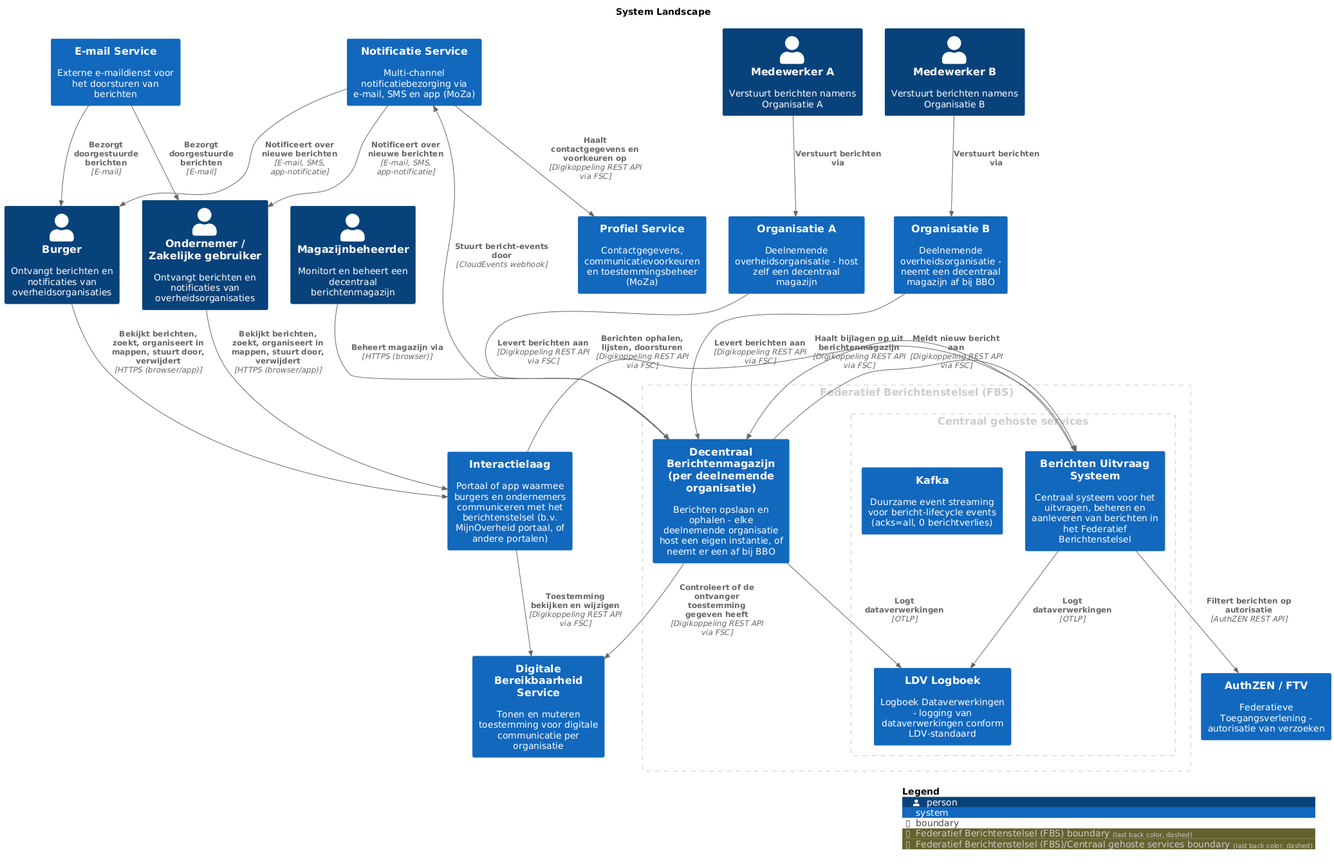
The PlantUML diagram pr-preview/pr-16/master/png/SystemLandscape.png in MinBZK/moza-poc-fbs-berichtenbox, before a commit.
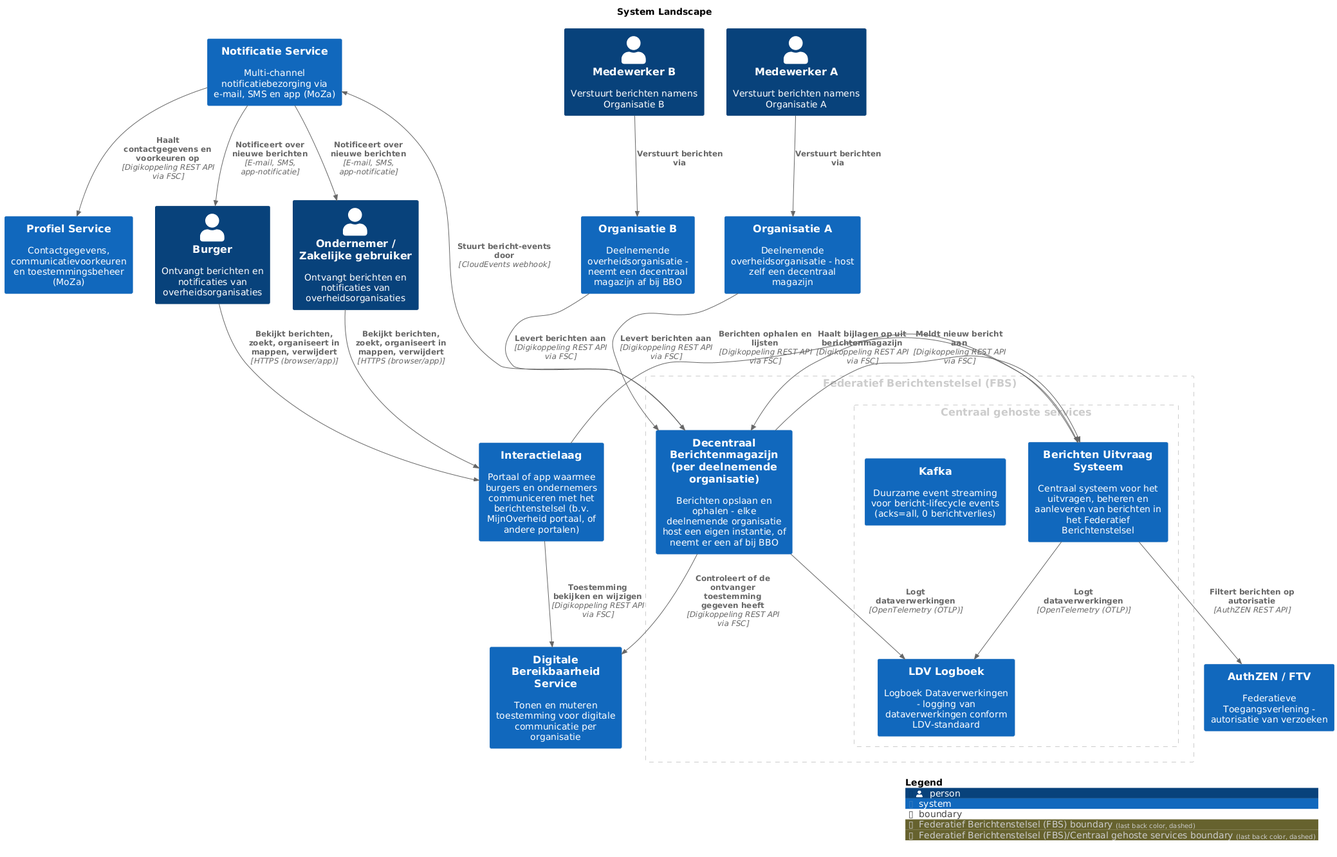
The same diagram one commit later.

What changed in the source:
```diff
@@ -20,40 +20,35 @@
 }
 
 Person(Burger, "Burger", $descr="Ontvangt berichten en notificaties van overheidsorganisaties", $tags="", $link="")
-System(Interactielaag, "Interactielaag", $descr="Portaal of app waarmee burgers en ondernemers communiceren met het berichtenstelsel (b.v. MijnOverheid portaal, of andere portalen)", $tags="", $link="")
-System(EmailService, "E-mail Service", $descr="Externe e-maildienst voor het doorsturen van berichten", $tags="", $link="")
 System(OrganisatieA, "Organisatie A", $descr="Deelnemende overheidsorganisatie - host zelf een decentraal magazijn", $tags="", $link="")
 System(OrganisatieB, "Organisatie B", $descr="Deelnemende overheidsorganisatie - neemt een decentraal magazijn af bij BBO", $tags="", $link="")
 Person(OndernemerZakelijkegebruiker, "Ondernemer / Zakelijke gebruiker", $descr="Ontvangt berichten en notificaties van overheidsorganisaties", $tags="", $link="")
 Person(MedewerkerA, "Medewerker A", $descr="Verstuurt berichten namens Organisatie A", $tags="", $link="")
 Person(MedewerkerB, "Medewerker B", $descr="Verstuurt berichten namens Organisatie B", $tags="", $link="")
-Person(Magazijnbeheerder, "Magazijnbeheerder", $descr="Monitort en beheert een decentraal berichtenmagazijn", $tags="", $link="")
 System(AuthZENFTV, "AuthZEN / FTV", $descr="Federatieve Toegangsverlening - autorisatie van verzoeken", $tags="", $link="")
 System(ProfielService, "Profiel Service", $descr="Contactgegevens, communicatievoorkeuren en toestemmingsbeheer (MoZa)", $tags="", $link="")
 System(NotificatieService, "Notificatie Service", $descr="Multi-channel notificatiebezorging via e-mail, SMS en app (MoZa)", $tags="", $link="")
 System(DigitaleBereikbaarheidService, "Digitale Bereikbaarheid Service", $descr="Tonen en muteren toestemming voor digitale communicatie per organisatie", $tags="", $link="")
+System(Interactielaag, "Interactielaag", $descr="Portaal of app waarmee burgers en ondernemers communiceren met het berichtenstelsel (b.v. MijnOverheid portaal, of andere portalen)", $tags="", $link="")
 
-Rel(OrganisatieB, DecentraalBerichtenmagazijnperdeelnemendeorganisatie, "Levert berichten aan", $techn="Digikoppeling REST API via FSC", $tags="", $link="")
-Rel(DecentraalBerichtenmagazijnperdeelnemendeorganisatie, DigitaleBereikbaarheidService, "Controleert of de ontvanger toestemming gegeven heeft", $techn="Digikoppeling REST API via FSC", $tags="", $link="")
-Rel(BerichtenUitvraagSysteem, AuthZENFTV, "Filtert berichten op autorisatie", $techn="AuthZEN REST API", $tags="", $link="")
-Rel(DecentraalBerichtenmagazijnperdeelnemendeorganisatie, LDVLogboek, "Logt dataverwerkingen", $techn="OTLP", $tags="", $link="")
-Rel(BerichtenUitvraagSysteem, LDVLogboek, "Logt dataverwerkingen", $techn="OTLP", $tags="", $link="")
+Rel(BerichtenUitvraagSysteem, LDVLogboek, "Logt dataverwerkingen", $techn="OpenTelemetry (OTLP)", $tags="", $link="")
 Rel(MedewerkerA, OrganisatieA, "Verstuurt berichten via", $techn="", $tags="", $link="")
 Rel(MedewerkerB, OrganisatieB, "Verstuurt berichten via", $techn="", $tags="", $link="")
-Rel(Burger, Interactielaag, "Bekijkt berichten, zoekt, organiseert in mappen, stuurt door, verwijdert", $techn="HTTPS (browser/app)", $tags="", $link="")
-Rel(OndernemerZakelijkegebruiker, Interactielaag, "Bekijkt berichten, zoekt, organiseert in mappen, stuurt door, verwijdert", $techn="HTTPS (browser/app)", $tags="", $link="")
-Rel(EmailService, Burger, "Bezorgt doorgestuurde berichten", $techn="E-mail", $tags="", $link="")
-Rel(EmailService, OndernemerZakelijkegebruiker, "Bezorgt doorgestuurde berichten", $techn="E-mail", $tags="", $link="")
+Rel(Burger, Interactielaag, "Bekijkt berichten, zoekt, organiseert in mappen, verwijdert", $techn="HTTPS (browser/app)", $tags="", $link="")
+Rel(OndernemerZakelijkegebruiker, Interactielaag, "Bekijkt berichten, zoekt, organiseert in mappen, verwijdert", $techn="HTTPS (browser/app)", $tags="", $link="")
 Rel(NotificatieService, Burger, "Notificeert over nieuwe berichten", $techn="E-mail, SMS, app-notificatie", $tags="", $link="")
 Rel(NotificatieService, OndernemerZakelijkegebruiker, "Notificeert over nieuwe berichten", $techn="E-mail, SMS, app-notificatie", $tags="", $link="")
-Rel(Interactielaag, BerichtenUitvraagSysteem, "Berichten ophalen, lijsten, doorsturen", $techn="Digikoppeling REST API via FSC", $tags="", $link="")
+Rel(Interactielaag, BerichtenUitvraagSysteem, "Berichten ophalen en lijsten", $techn="Digikoppeling REST API via FSC", $tags="", $link="")
 Rel(Interactielaag, DigitaleBereikbaarheidService, "Toestemming bekijken en wijzigen", $techn="Digikoppeling REST API via FSC", $tags="", $link="")
 Rel(BerichtenUitvraagSysteem, DecentraalBerichtenmagazijnperdeelnemendeorganisatie, "Haalt bijlagen op uit berichtenmagazijn", $techn="Digikoppeling REST API via FSC", $tags="", $link="")
-Rel(Magazijnbeheerder, DecentraalBerichtenmagazijnperdeelnemendeorganisatie, "Beheert magazijn via", $techn="HTTPS (browser)", $tags="", $link="")
 Rel(DecentraalBerichtenmagazijnperdeelnemendeorganisatie, BerichtenUitvraagSysteem, "Meldt nieuw bericht aan", $techn="Digikoppeling REST API via FSC", $tags="", $link="")
 Rel(DecentraalBerichtenmagazijnperdeelnemendeorganisatie, NotificatieService, "Stuurt bericht-events door", $techn="CloudEvents webhook", $tags="", $link="")
 Rel(NotificatieService, ProfielService, "Haalt contactgegevens en voorkeuren op", $techn="Digikoppeling REST API via FSC", $tags="", $link="")
 Rel(OrganisatieA, DecentraalBerichtenmagazijnperdeelnemendeorganisatie, "Levert berichten aan", $techn="Digikoppeling REST API via FSC", $tags="", $link="")
+Rel(OrganisatieB, DecentraalBerichtenmagazijnperdeelnemendeorganisatie, "Levert berichten aan", $techn="Digikoppeling REST API via FSC", $tags="", $link="")
+Rel(DecentraalBerichtenmagazijnperdeelnemendeorganisatie, DigitaleBereikbaarheidService, "Controleert of de ontvanger toestemming gegeven heeft", $techn="Digikoppeling REST API via FSC", $tags="", $link="")
+Rel(BerichtenUitvraagSysteem, AuthZENFTV, "Filtert berichten op autorisatie", $techn="AuthZEN REST API", $tags="", $link="")
+Rel(DecentraalBerichtenmagazijnperdeelnemendeorganisatie, LDVLogboek, "Logt dataverwerkingen", $techn="OpenTelemetry (OTLP)", $tags="", $link="")
 
 SHOW_LEGEND(true)
 @enduml
```
